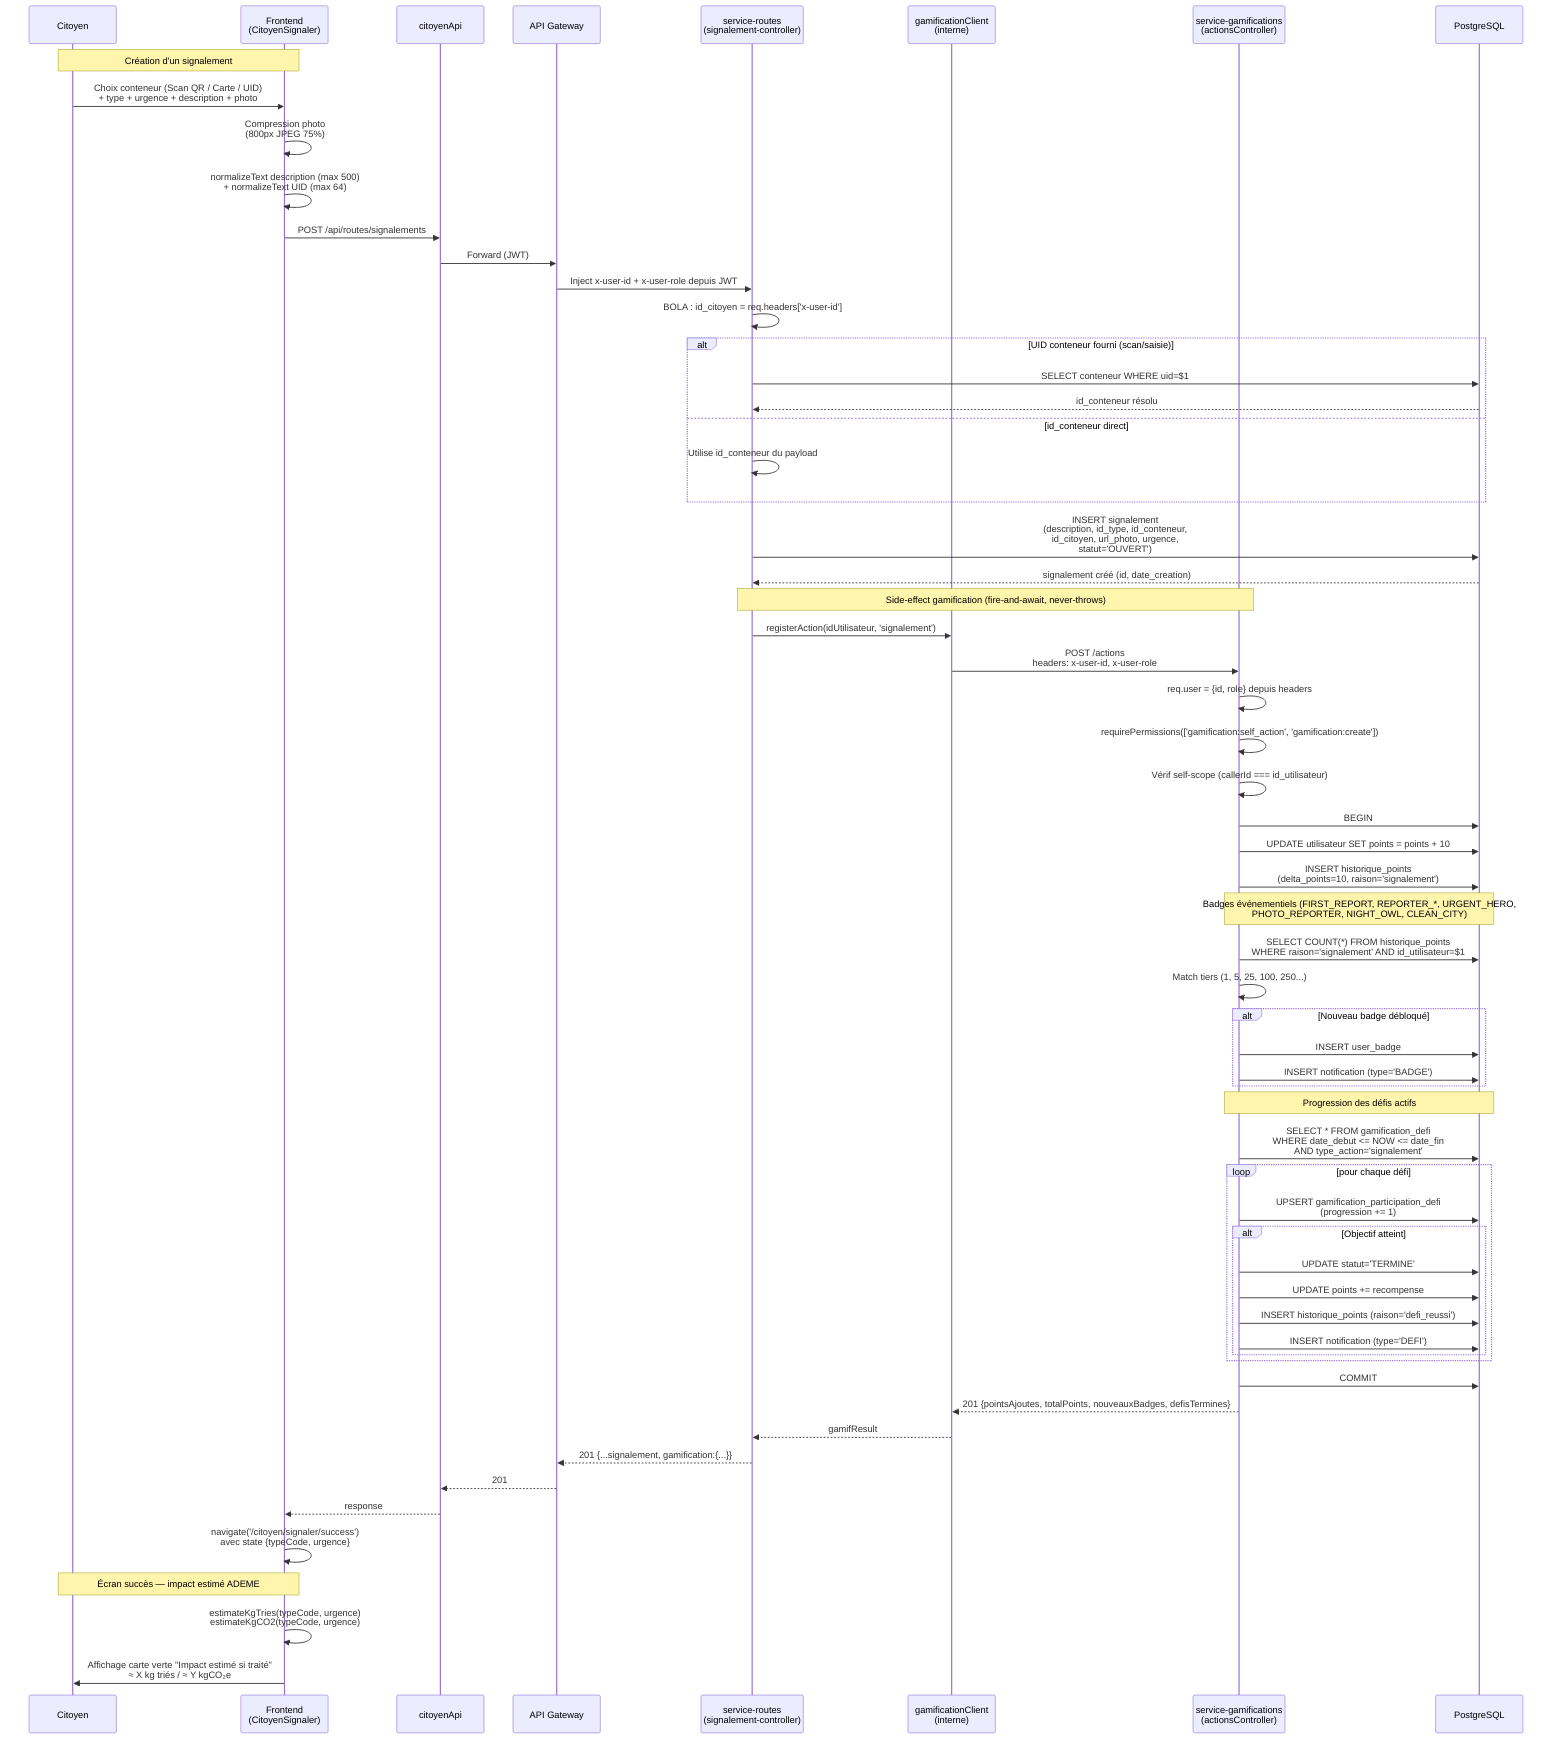
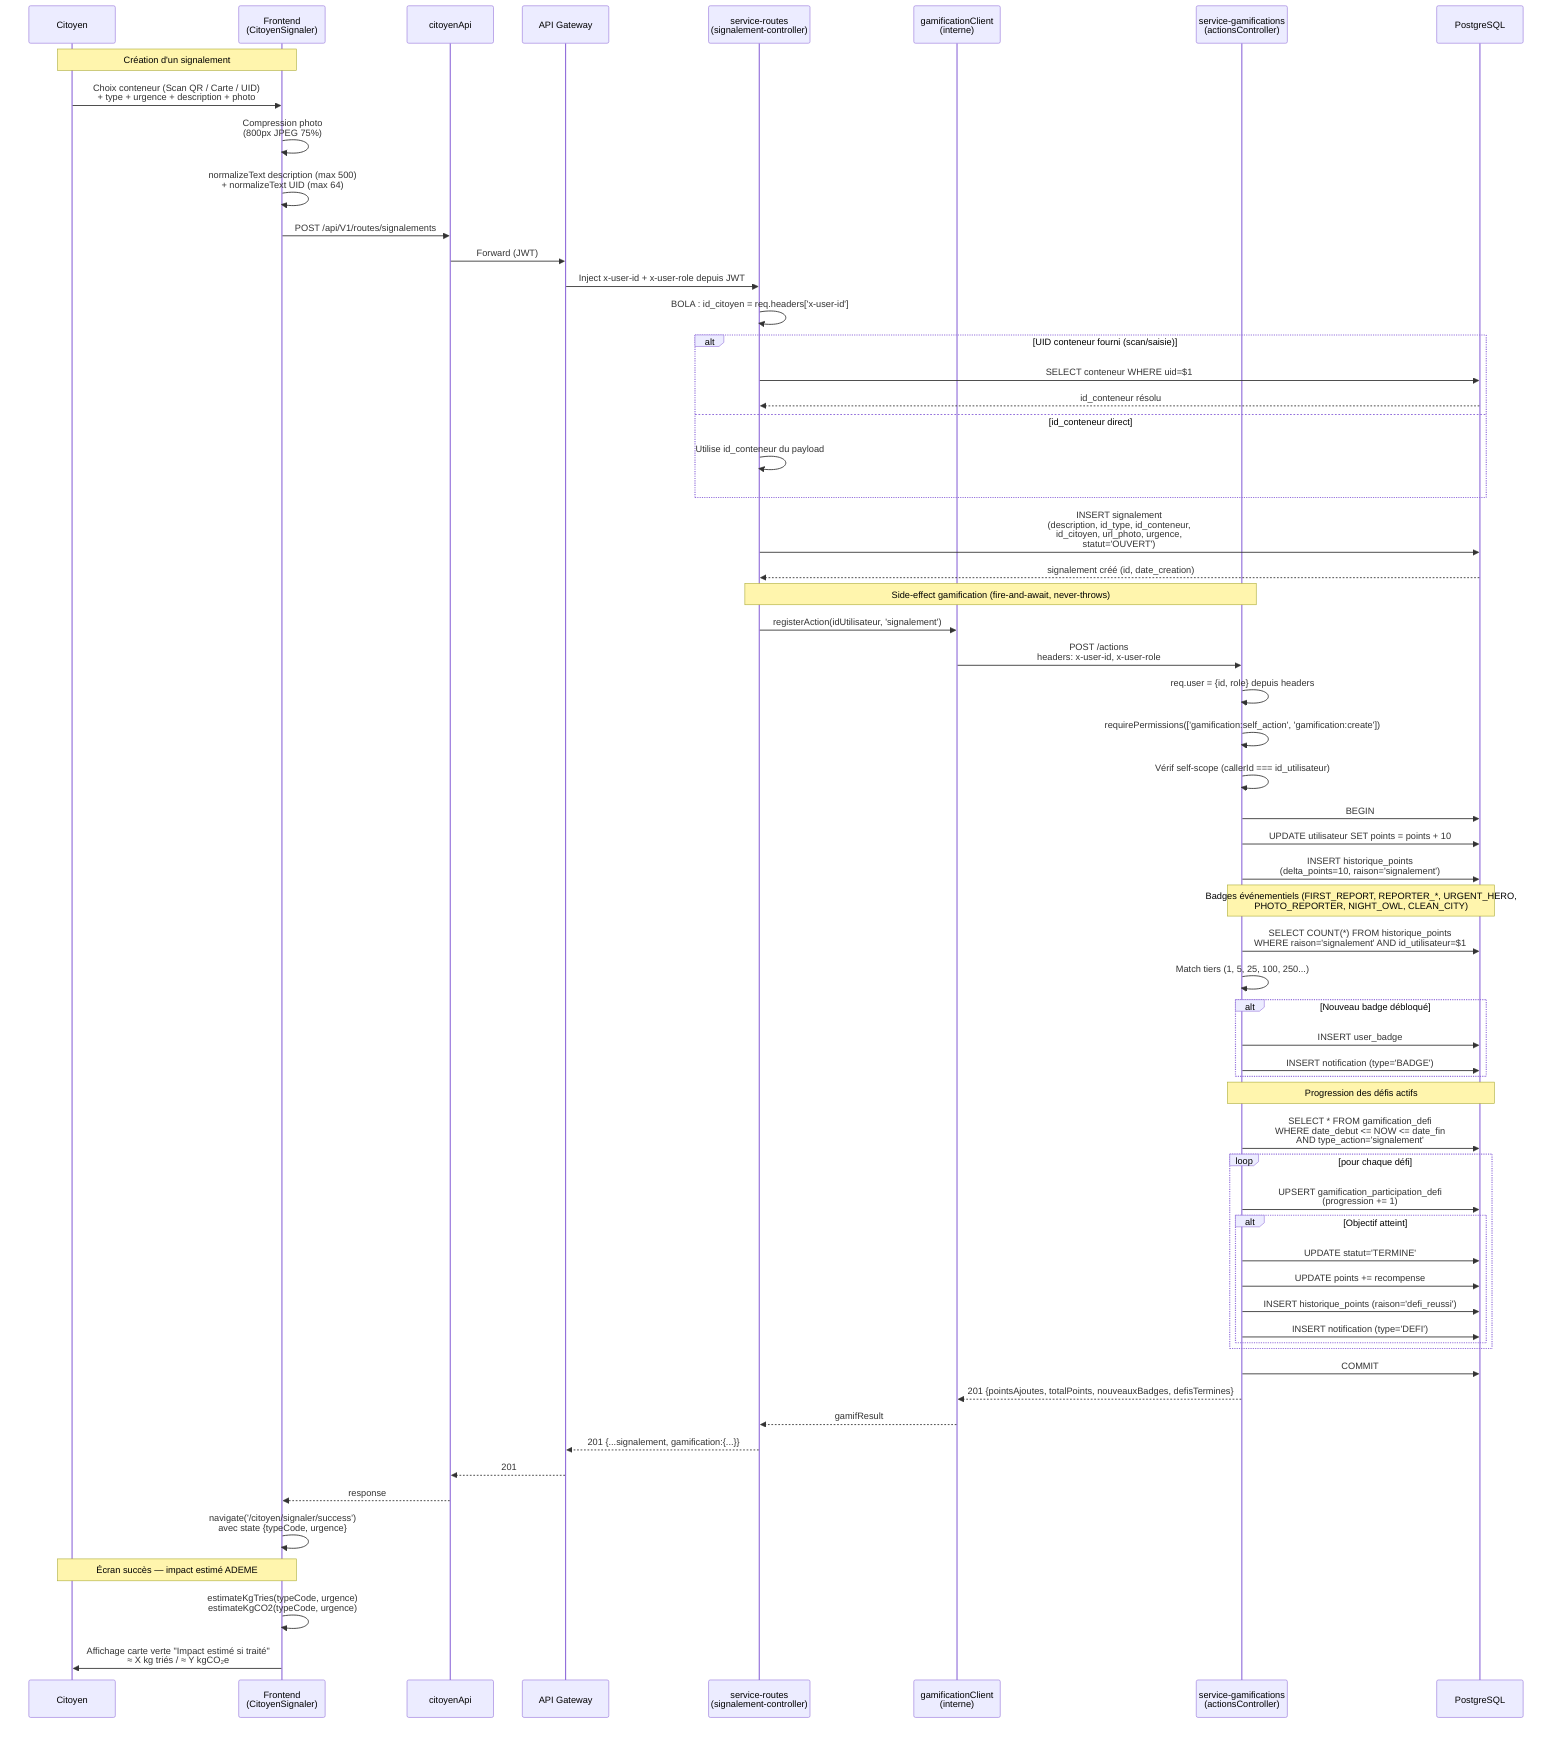
sequenceDiagram
    participant C as Citoyen
    participant F as Frontend<br/>(CitoyenSignaler)
    participant Api as citoyenApi
    participant G as API Gateway
    participant R as service-routes<br/>(signalement-controller)
    participant Gc as gamificationClient<br/>(interne)
    participant Gm as service-gamifications<br/>(actionsController)
    participant PG as PostgreSQL

    Note over C,F: Création d'un signalement

    C->>F: Choix conteneur (Scan QR / Carte / UID)<br/>+ type + urgence + description + photo
    F->>F: Compression photo<br/>(800px JPEG 75%)
    F->>F: normalizeText description (max 500)<br/>+ normalizeText UID (max 64)
-     F->>Api: POST /api/routes/signalements
+     F->>Api: POST /api/V1/routes/signalements
    Api->>G: Forward (JWT)
    G->>R: Inject x-user-id + x-user-role depuis JWT
    R->>R: BOLA : id_citoyen = req.headers['x-user-id']

    alt UID conteneur fourni (scan/saisie)
        R->>PG: SELECT conteneur WHERE uid=$1
        PG-->>R: id_conteneur résolu
    else id_conteneur direct
        R->>R: Utilise id_conteneur du payload
    end

    R->>PG: INSERT signalement<br/>(description, id_type, id_conteneur,<br/>id_citoyen, url_photo, urgence,<br/>statut='OUVERT')
    PG-->>R: signalement créé (id, date_creation)

    Note over R,Gm: Side-effect gamification (fire-and-await, never-throws)

    R->>Gc: registerAction(idUtilisateur, 'signalement')
    Gc->>Gm: POST /actions<br/>headers: x-user-id, x-user-role
    Gm->>Gm: req.user = {id, role} depuis headers
    Gm->>Gm: requirePermissions(['gamification:self_action', 'gamification:create'])
    Gm->>Gm: Vérif self-scope (callerId === id_utilisateur)

    Gm->>PG: BEGIN
    Gm->>PG: UPDATE utilisateur SET points = points + 10
    Gm->>PG: INSERT historique_points<br/>(delta_points=10, raison='signalement')

    Note over Gm,PG: Badges événementiels (FIRST_REPORT, REPORTER_*, URGENT_HERO,<br/>PHOTO_REPORTER, NIGHT_OWL, CLEAN_CITY)

    Gm->>PG: SELECT COUNT(*) FROM historique_points<br/>WHERE raison='signalement' AND id_utilisateur=$1
    Gm->>Gm: Match tiers (1, 5, 25, 100, 250...)
    alt Nouveau badge débloqué
        Gm->>PG: INSERT user_badge
        Gm->>PG: INSERT notification (type='BADGE')
    end

    Note over Gm,PG: Progression des défis actifs

    Gm->>PG: SELECT * FROM gamification_defi<br/>WHERE date_debut <= NOW <= date_fin<br/>AND type_action='signalement'
    loop pour chaque défi
        Gm->>PG: UPSERT gamification_participation_defi<br/>(progression += 1)
        alt Objectif atteint
            Gm->>PG: UPDATE statut='TERMINE'
            Gm->>PG: UPDATE points += recompense
            Gm->>PG: INSERT historique_points (raison='defi_reussi')
            Gm->>PG: INSERT notification (type='DEFI')
        end
    end

    Gm->>PG: COMMIT
    Gm-->>Gc: 201 {pointsAjoutes, totalPoints, nouveauxBadges, defisTermines}
    Gc-->>R: gamifResult

    R-->>G: 201 {...signalement, gamification:{...}}
    G-->>Api: 201
    Api-->>F: response
    F->>F: navigate('/citoyen/signaler/success')<br/>avec state {typeCode, urgence}

    Note over C,F: Écran succès — impact estimé ADEME

    F->>F: estimateKgTries(typeCode, urgence)<br/>estimateKgCO2(typeCode, urgence)
    F->>C: Affichage carte verte "Impact estimé si traité"<br/>≈ X kg triés / ≈ Y kgCO₂e

    %% Architecture du side-effect gamification
    %% 1. service-routes.signalement-controller.create() :
    %%    - persiste le signalement (SOURCE OF TRUTH)
    %%    - appelle gamificationClient.registerAction() en fire-and-await
    %%    - never-throws : un échec gamification ne bloque pas la création
    %%
    %% 2. gamificationClient (fetch interne Docker network) :
    %%    - forward x-user-id + x-user-role vers service-gamifications
    %%    - timeout 2.5s
    %%    - swallow errors + console.warn
    %%
    %% 3. service-gamifications.actionsController.enregistrerAction() :
    %%    - garde self-scope (un CITOYEN ne peut agir que sur lui-même)
    %%    - orchestre points + badges événementiels + progression défis
    %%      dans une seule transaction PostgreSQL
